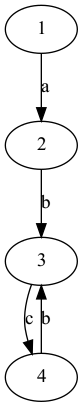
The Graphviz diagram py_code/Digraph.gv.png in bei-ling/compiler, before a commit. Its source is kept beside it as py_code/Digraph.gv.
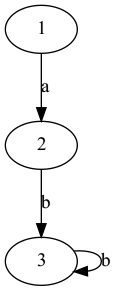
After the change.

Change to the diagram source:
```diff
@@ -1,10 +1,8 @@
 digraph {
 	1 -> 2 [label=a]
 	2 -> 3 [label=b]
-	3 -> 4 [label=c]
-	4 -> 3 [label=b]
+	3 -> 3 [label=b]
+	1 [label=1]
 	2 [label=2]
-	1 [label=1]
 	3 [label=3]
-	4 [label=4]
 }
```
